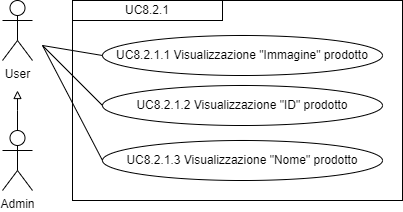
Earlier version of the draw.io export imgs/Uml/UC8.2.1app.png (ShameIRL/farmacode). Source tidied: cells renumbered, new cells last; positions are measured from the earlier drawing's top-left corner, leaving out a move shared by most shapes.
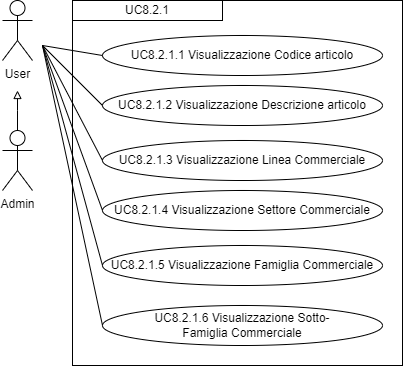
Later version of the same file.

What changed in the source:
```diff
@@ -18,12 +18,12 @@
       <mxGeometry width="30" height="60" as="geometry" />
     </mxCell>
     <mxCell id="5" style="rounded=0;whiteSpace=wrap;html=1;fillColor=none;" parent="1" vertex="1">
-      <mxGeometry x="70" width="330" height="200" as="geometry" />
+      <mxGeometry x="70" width="330" height="365" as="geometry" />
     </mxCell>
     <mxCell id="6" value="&lt;div style=&quot;&quot;&gt;UC8.2.1&lt;/div&gt;" style="rounded=0;whiteSpace=wrap;html=1;fillColor=none;align=center;" parent="1" vertex="1">
       <mxGeometry x="70" width="150" height="20" as="geometry" />
     </mxCell>
-    <mxCell id="7" value="UC8.2.1.1 Visualizzazione &quot;Immagine&quot; prodotto" style="ellipse;whiteSpace=wrap;html=1;" parent="1" vertex="1">
+    <mxCell id="7" value="UC8.2.1.1 Visualizzazione Codice articolo" style="ellipse;whiteSpace=wrap;html=1;" parent="1" vertex="1">
       <mxGeometry x="100" y="35" width="280" height="40" as="geometry" />
     </mxCell>
     <mxCell id="8" style="endArrow=none;html=1;rounded=0;entryX=0;entryY=0.5;entryDx=0;entryDy=0;" parent="1" edge="1" target="7">
@@ -31,10 +31,10 @@
         <mxPoint x="40" y="45" as="sourcePoint" />
       </mxGeometry>
     </mxCell>
-    <mxCell id="9" value="UC8.2.1.2 Visualizzazione &quot;ID&quot; prodotto" style="ellipse;whiteSpace=wrap;html=1;" parent="1" vertex="1">
+    <mxCell id="9" value="UC8.2.1.2 Visualizzazione Descrizione articolo" style="ellipse;whiteSpace=wrap;html=1;" parent="1" vertex="1">
       <mxGeometry x="100" y="85" width="280" height="40" as="geometry" />
     </mxCell>
-    <mxCell id="10" value="UC8.2.1.3 Visualizzazione &quot;Nome&quot; prodotto" style="ellipse;whiteSpace=wrap;html=1;" parent="1" vertex="1">
+    <mxCell id="10" value="UC8.2.1.3 Visualizzazione Linea Commerciale" style="ellipse;whiteSpace=wrap;html=1;" parent="1" vertex="1">
       <mxGeometry x="100" y="140" width="280" height="40" as="geometry" />
     </mxCell>
     <mxCell id="11" style="endArrow=none;html=1;rounded=0;entryX=0;entryY=0.5;entryDx=0;entryDy=0;" parent="1" edge="1" target="9">
@@ -47,5 +47,29 @@
         <mxPoint x="40" y="45" as="sourcePoint" />
       </mxGeometry>
     </mxCell>
+    <mxCell id="13" value="UC8.2.1.4 Visualizzazione Settore Commerciale" style="ellipse;whiteSpace=wrap;html=1;" parent="1" vertex="1">
+      <mxGeometry x="100" y="190" width="280" height="40" as="geometry" />
+    </mxCell>
+    <mxCell id="14" value="UC8.2.1.5 Visualizzazione Famiglia&lt;span style=&quot;color: rgba(0, 0, 0, 0); font-family: monospace; font-size: 0px; text-align: start; text-wrap: nowrap;&quot;&gt;%3CmxGraphModel%3E%3Croot%3E%3CmxCell%20id%3D%220%22%2F%3E%3CmxCell%20id%3D%221%22%20parent%3D%220%22%2F%3E%3CmxCell%20id%3D%222%22%20value%3D%22UC8.2.1.4%20Visualizzazione%20Settore%20Commerciale%22%20style%3D%22ellipse%3BwhiteSpace%3Dwrap%3Bhtml%3D1%3B%22%20vertex%3D%221%22%20parent%3D%221%22%3E%3CmxGeometry%20x%3D%22310%22%20y%3D%22425%22%20width%3D%22280%22%20height%3D%2240%22%20as%3D%22geometry%22%2F%3E%3C%2FmxCell%3E%3C%2Froot%3E%3C%2FmxGraphModel%3E&lt;/span&gt;&amp;nbsp;Commerciale" style="ellipse;whiteSpace=wrap;html=1;" parent="1" vertex="1">
+      <mxGeometry x="100" y="245" width="280" height="40" as="geometry" />
+    </mxCell>
+    <mxCell id="15" value="UC8.2.1.6 Visualizzazione Sotto-Famiglia&lt;span style=&quot;color: rgba(0, 0, 0, 0); font-family: monospace; font-size: 0px; text-align: start; text-wrap: nowrap;&quot;&gt;%3CmxGraphModel%3E%3Croot%3E%3CmxCell%20id%3D%220%22%2F%3E%3CmxCell%20id%3D%221%22%20parent%3D%220%22%2F%3E%3CmxCell%20id%3D%222%22%20value%3D%22UC8.2.1.4%20Visualizzazione%20Settore%20Commerciale%22%20style%3D%22ellipse%3BwhiteSpace%3Dwrap%3Bhtml%3D1%3B%22%20vertex%3D%221%22%20parent%3D%221%22%3E%3CmxGeometry%20x%3D%22310%22%20y%3D%22425%22%20width%3D%22280%22%20height%3D%2240%22%20as%3D%22geometry%22%2F%3E%3C%2FmxCell%3E%3C%2Froot%3E%3C%2FmxGraphModel%3E&lt;/span&gt;&amp;nbsp;Commerciale" style="ellipse;whiteSpace=wrap;html=1;" parent="1" vertex="1">
+      <mxGeometry x="100" y="305" width="280" height="40" as="geometry" />
+    </mxCell>
+    <mxCell id="16" style="endArrow=none;html=1;rounded=0;entryX=0;entryY=0.5;entryDx=0;entryDy=0;" parent="1" edge="1" target="13">
+      <mxGeometry relative="1" as="geometry">
+        <mxPoint x="40" y="45" as="sourcePoint" />
+      </mxGeometry>
+    </mxCell>
+    <mxCell id="17" style="endArrow=none;html=1;rounded=0;entryX=0;entryY=0.5;entryDx=0;entryDy=0;" parent="1" edge="1" target="15">
+      <mxGeometry relative="1" as="geometry">
+        <mxPoint x="40" y="45" as="sourcePoint" />
+      </mxGeometry>
+    </mxCell>
+    <mxCell id="18" style="endArrow=none;html=1;rounded=0;entryX=0;entryY=0.5;entryDx=0;entryDy=0;" parent="1" edge="1" target="14">
+      <mxGeometry relative="1" as="geometry">
+        <mxPoint x="40" y="45" as="sourcePoint" />
+      </mxGeometry>
+    </mxCell>
   </root>
 </mxGraphModel>
```
